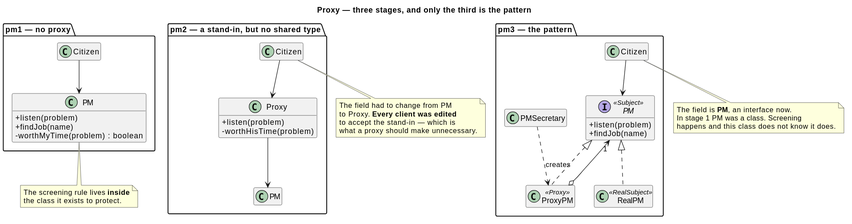
Earlier version of the PlantUML export src/main/java/dev/kaldiroglu/dp/structural/proxy/pm/uml/Proxy - Prime Minister - Class Diagram.svg (kaldiroglu/DesignPatternsWithJava).
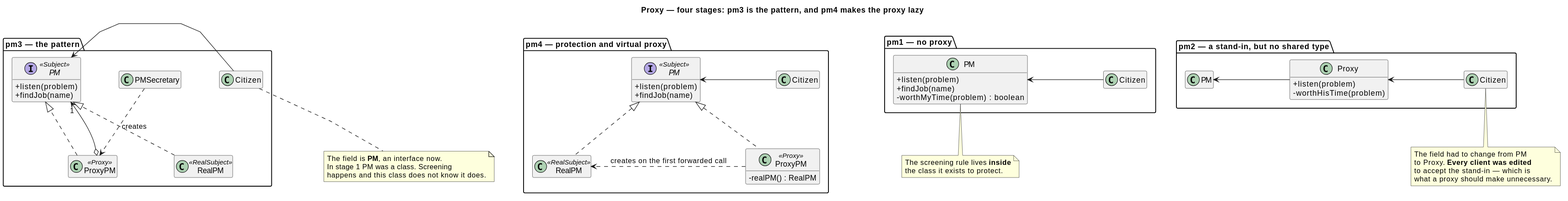
Above is the later version.

What changed in the source:
```diff
@@ -1,7 +1,16 @@
 @startuml
+skinparam linetype polyline
+skinparam nodesep 70
+skinparam class {
+  BackgroundColor<<spacer>> transparent
+  BorderColor<<spacer>> transparent
+  FontColor<<spacer>> transparent
+}
+hide <<spacer>> stereotype
+hide <<spacer>> circle
 skinparam classAttributeIconSize 0
 hide empty members
-title Proxy — three stages, and only the third is the pattern
+title Proxy — four stages: pm3 is the pattern, and pm4 makes the proxy lazy
 
 
 package "pm1 — no proxy" {
@@ -11,7 +20,6 @@
     - worthMyTime(problem) : boolean
   }
   class Citizen1 as "Citizen"
-  Citizen1 --> PM1
 }
 
 package "pm2 — a stand-in, but no shared type" {
@@ -21,8 +29,6 @@
     - worthHisTime(problem)
   }
   class Citizen2 as "Citizen"
-  Citizen2 --> Proxy2
-  Proxy2 --> PM2
 }
 
 package "pm3 — the pattern" {
@@ -37,9 +43,6 @@
 
   PM3 <|.. RealPM
   PM3 <|.. ProxyPM
-  ProxyPM o--> "1" PM3
-  PMSecretary ..> ProxyPM : creates
-  Citizen3 --> PM3
 }
 
 note bottom of PM1
@@ -59,4 +62,38 @@
   In stage 1 PM was a class. Screening
   happens and this class does not know it does.
 end note
+
+package "pm4 — protection and virtual proxy" {
+  interface PM4 as "PM" <<Subject>> {
+    + listen(problem)
+    + findJob(name)
+  }
+  class RealPM4 as "RealPM" <<RealSubject>>
+  class ProxyPM4 as "ProxyPM" <<Proxy>> {
+    - realPM() : RealPM
+  }
+  class Citizen4 as "Citizen"
+
+  PM4 <|.. RealPM4
+  PM4 <|.. ProxyPM4
+}
+
+class " " as Spacer1 <<spacer>>
+PM3 -[hidden]- Spacer1
+PM3 -[hidden]- Spacer1
+RealPM -[hidden]right- Spacer1
+Spacer1 -[hidden]right- ProxyPM
+class " " as Spacer2 <<spacer>>
+PM4 -[hidden]- Spacer2
+PM4 -[hidden]- Spacer2
+RealPM4 -[hidden]right- Spacer2
+Spacer2 -[hidden]right- ProxyPM4
+  Citizen1 -[norank]-> PM1
+  Citizen2 -[norank]-> Proxy2
+  Proxy2 -[norank]-> PM2
+  ProxyPM o-[norank]-> "1" PM3
+  PMSecretary .[norank].> ProxyPM : creates
+  Citizen3 -[norank]-> PM3
+  ProxyPM4 .[norank].> RealPM4 : creates on the first forwarded call
+  Citizen4 -[norank]-> PM4
 @enduml
```
